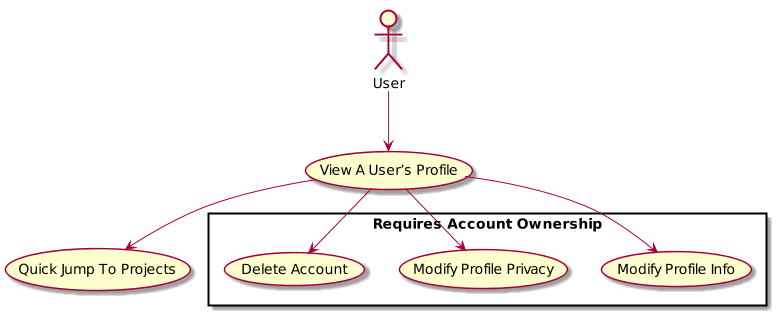
Earlier version of the PlantUML export Deliverables/Master Requirements Specification/diagrams/usecase-settingsmanager.png (uidaho/cs383).
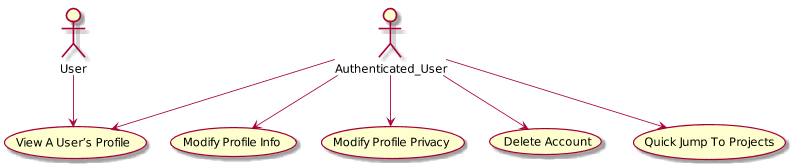
The same file after the commit.

What changed in the source:
```diff
@@ -1,18 +1,14 @@
 @startuml
 top to bottom direction
 :User:
+:Authenticated_User:
 scale 800 width
 
-rectangle "Requires Account Ownership"{
-    (Modify Profile Info)
-    (Modify Profile Privacy)
-    (Delete Account)
-}
-
 User --> (View A User?s Profile)
-(View A User?s Profile) --> (Modify Profile Info)
-(View A User?s Profile) --> (Modify Profile Privacy)
-(View A User?s Profile) --> (Delete Account)
-(View A User?s Profile) --> (Quick Jump To Projects)
+Authenticated_User --> (View A User?s Profile)
+Authenticated_User --> (Modify Profile Info)
+Authenticated_User --> (Modify Profile Privacy)
+Authenticated_User --> (Delete Account)
+Authenticated_User --> (Quick Jump To Projects)
 
 @enduml
```
